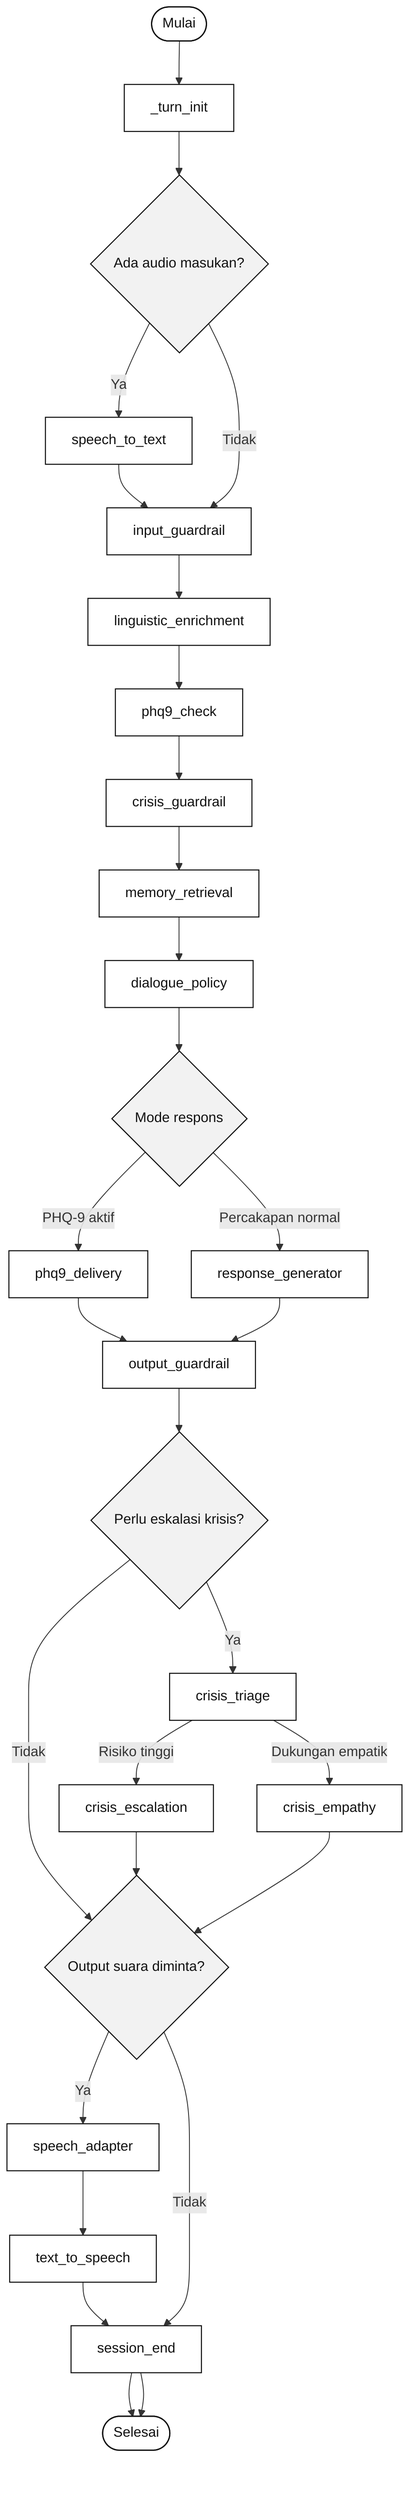
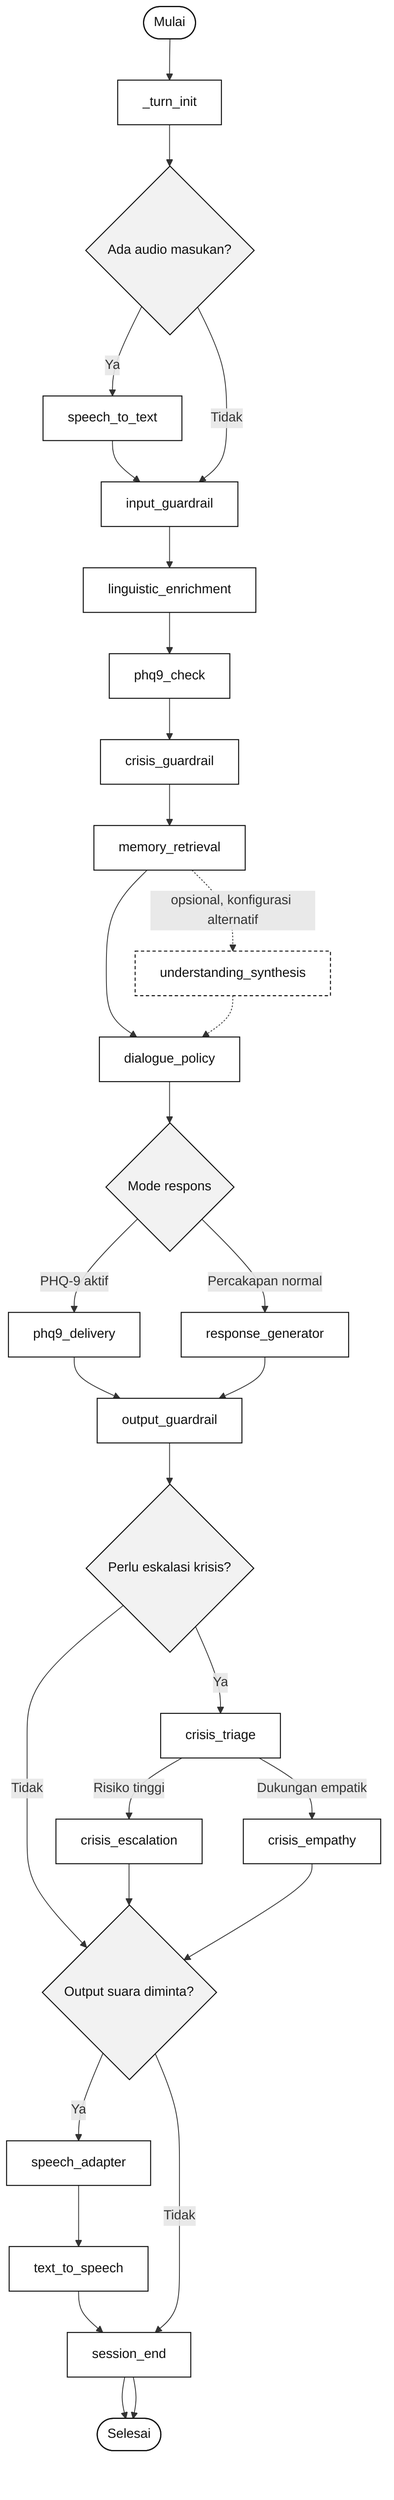
flowchart TD
    A([Mulai])
    B[_turn_init]
    U{Ada audio masukan?}
    V[speech_to_text]
    C[input_guardrail]
    D[linguistic_enrichment]
    E[phq9_check]
    F[crisis_guardrail]
    G[memory_retrieval]
+     G2[understanding_synthesis]
    H[dialogue_policy]
    I{Mode respons}
    J[phq9_delivery]
    K[response_generator]
    L[output_guardrail]
    M{Perlu eskalasi krisis?}
    N[crisis_triage]
    O[crisis_escalation]
    P[crisis_empathy]
    W{Output suara diminta?}
    Q[speech_adapter]
    R[text_to_speech]
    S[session_end]
    T([Selesai])

    A --> B --> U
    U -->|Ya| V --> C
    U -->|Tidak| C
    C --> D --> E --> F --> G --> H --> I
+     G -.->|opsional, konfigurasi alternatif| G2 -.-> H
    I -->|PHQ-9 aktif| J
    I -->|Percakapan normal| K
    J --> L
    K --> L
    L --> M
    M -->|Tidak| W
    M -->|Ya| N
    N -->|Risiko tinggi| O --> W
    N -->|Dukungan empatik| P --> W
    W -->|Ya| Q --> R --> S --> T
    W -->|Tidak| S --> T

    classDef terminator fill:#ffffff,stroke:#111111,stroke-width:1.4px,color:#111111;
    classDef node fill:#ffffff,stroke:#111111,stroke-width:1.2px,color:#111111;
    classDef decision fill:#f2f2f2,stroke:#111111,stroke-width:1.2px,color:#111111;
+     classDef optional fill:#ffffff,stroke:#111111,stroke-width:1.2px,color:#111111,stroke-dasharray:4 3;
    class A,T terminator;
    class B,V,C,D,E,F,G,H,J,K,L,N,O,P,Q,R,S node;
    class U,I,M,W decision;
+     class G2 optional;
